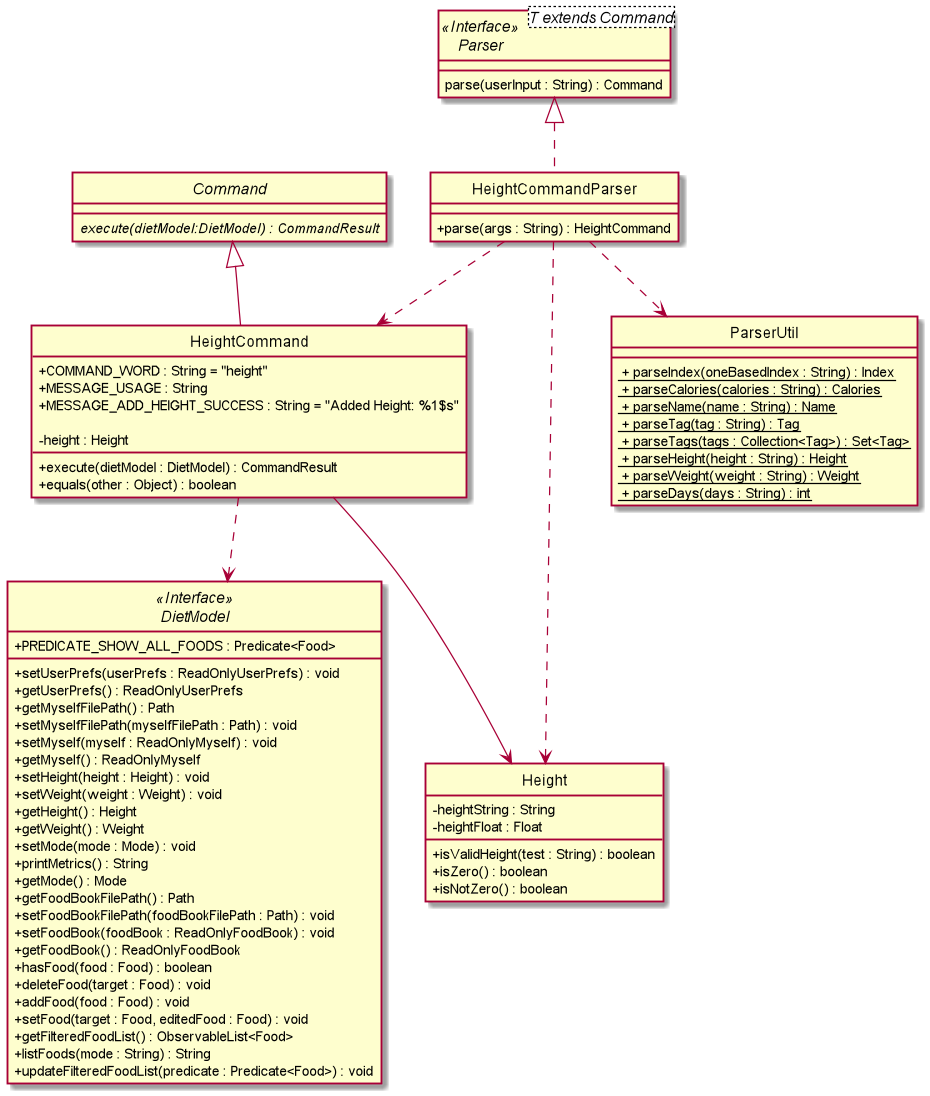
AY1920S2-CS2103T-W13-1/main keeps this PlantUML diagram as images/DietTrackerHeightCommandClassDiagram.png. Above is the earlier version.
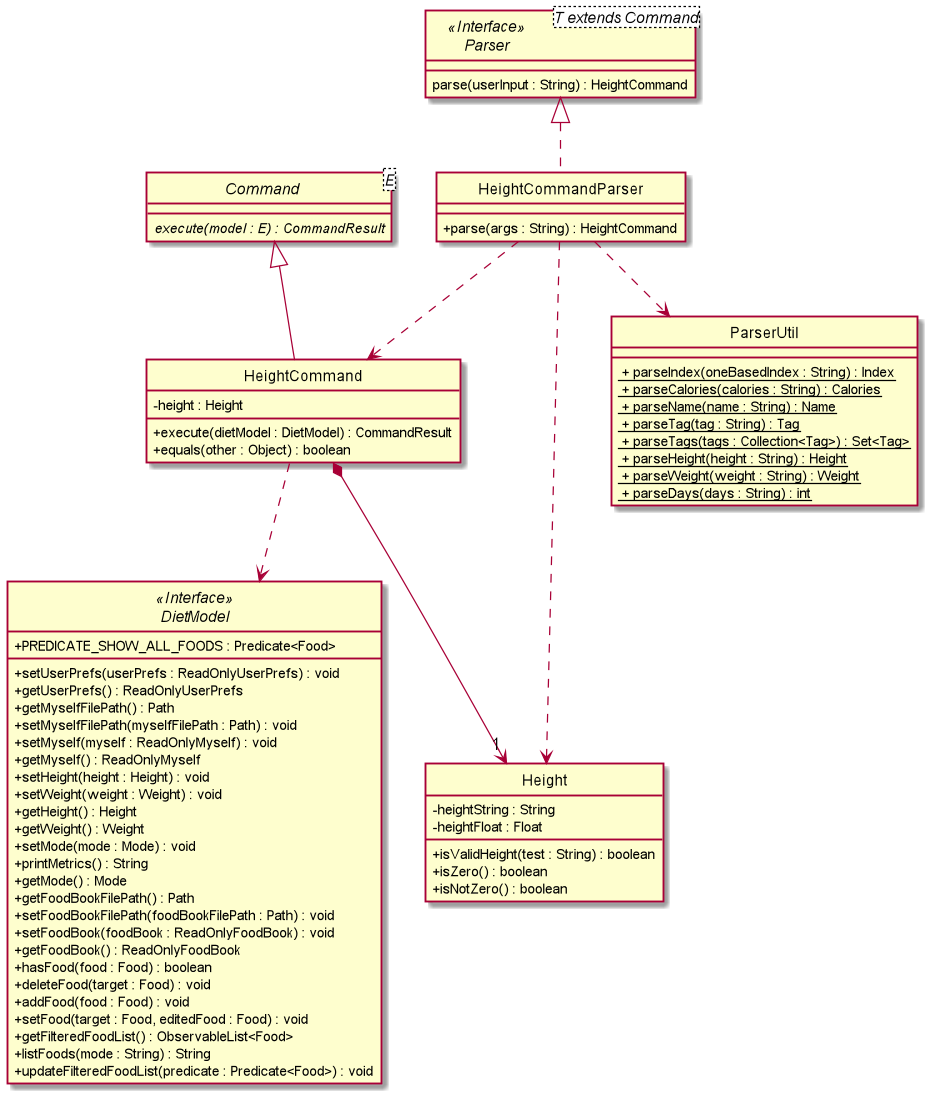
After the commit.

The edit, as a diff of the source:
```diff
@@ -9,18 +9,14 @@
 }
 
 interface Parser<T extends Command> <<Interface>> {
-    parse(userInput : String) : Command
+    parse(userInput : String) : HeightCommand
 }
 
-abstract class Command {
-    {abstract} execute(dietModel:DietModel) : CommandResult
+abstract class Command<E> {
+    {abstract} execute(model : E) : CommandResult
 }
 
 class HeightCommand extends Command {
-    + COMMAND_WORD : String = "height"
-    + MESSAGE_USAGE : String
-    + MESSAGE_ADD_HEIGHT_SUCCESS : String = "Added Height: %1$s"
-
     - height : Height
 
     + execute(dietModel : DietModel) : CommandResult
@@ -81,7 +77,7 @@
 HeightCommandParser ..> HeightCommand
 HeightCommandParser ..> Height
 HeightCommandParser ..> ParserUtil
-HeightCommand --> Height
+HeightCommand *--> "1" Height
 
 
 @enduml
```
